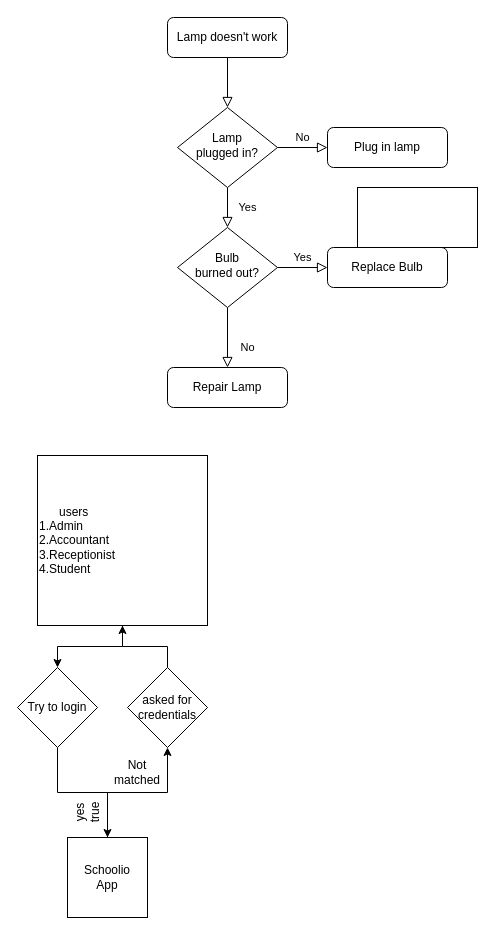
Vipin-patelME/test1 keeps this draw.io diagram as Untitled Diagram.drawio. Above is the earlier version. Source tidied: cells renumbered, new cells numbered last; positions are measured from the earlier drawing's top-left corner, leaving out a move shared by most shapes. Both pictures are drawn from the tidied source at 100%, with x=0, y=0 at pixel (17, 17).
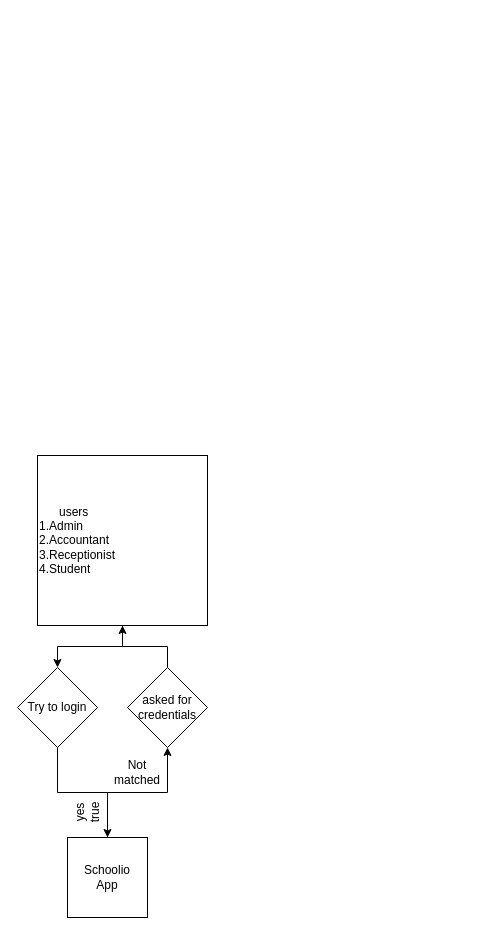
Above is the later version.

Change to the diagram source:
```diff
@@
-    <mxCell id="2" style="rounded=0;html=1;jettySize=auto;fontSize=11;endArrow=block;endFill=0;endSize=8;strokeWidth=1;shadow=0;labelBackgroundColor=none;edgeStyle=orthogonalEdgeStyle;" parent="1" edge="1" source="3" target="6">
-      <mxGeometry relative="1" as="geometry" />
-    </mxCell>
-    <mxCell id="3" value="Lamp doesn't work" style="rounded=1;whiteSpace=wrap;html=1;fontSize=12;glass=0;strokeWidth=1;shadow=0;" parent="1" vertex="1">
-      <mxGeometry x="150" width="120" height="40" as="geometry" />
-    </mxCell>
-    <mxCell id="4" value="Yes" style="rounded=0;html=1;jettySize=auto;fontSize=11;endArrow=block;endFill=0;endSize=8;strokeWidth=1;shadow=0;labelBackgroundColor=none;edgeStyle=orthogonalEdgeStyle;" parent="1" edge="1" source="6" target="10">
-      <mxGeometry y="20" relative="1" as="geometry" />
-    </mxCell>
-    <mxCell id="5" value="No" style="edgeStyle=orthogonalEdgeStyle;rounded=0;html=1;jettySize=auto;fontSize=11;endArrow=block;endFill=0;endSize=8;strokeWidth=1;shadow=0;labelBackgroundColor=none;" parent="1" edge="1" source="6" target="7">
-      <mxGeometry y="10" relative="1" as="geometry" />
-    </mxCell>
-    <mxCell id="6" value="Lamp&lt;br&gt;plugged in?" style="rhombus;whiteSpace=wrap;html=1;shadow=0;fontFamily=Helvetica;fontSize=12;align=center;strokeWidth=1;spacing=6;spacingTop=-4;" parent="1" vertex="1">
-      <mxGeometry x="160" y="90" width="100" height="80" as="geometry" />
-    </mxCell>
-    <mxCell id="7" value="Plug in lamp" style="rounded=1;whiteSpace=wrap;html=1;fontSize=12;glass=0;strokeWidth=1;shadow=0;" parent="1" vertex="1">
-      <mxGeometry x="310" y="110" width="120" height="40" as="geometry" />
-    </mxCell>
-    <mxCell id="8" value="No" style="rounded=0;html=1;jettySize=auto;fontSize=11;endArrow=block;endFill=0;endSize=8;strokeWidth=1;shadow=0;labelBackgroundColor=none;edgeStyle=orthogonalEdgeStyle;" parent="1" edge="1" source="10" target="11">
-      <mxGeometry x="0.33" y="20" relative="1" as="geometry" />
-    </mxCell>
-    <mxCell id="9" value="Yes" style="edgeStyle=orthogonalEdgeStyle;rounded=0;html=1;jettySize=auto;fontSize=11;endArrow=block;endFill=0;endSize=8;strokeWidth=1;shadow=0;labelBackgroundColor=none;" parent="1" edge="1" source="10" target="12">
-      <mxGeometry y="10" relative="1" as="geometry" />
-    </mxCell>
-    <mxCell id="10" value="Bulb&lt;br&gt;burned out?" style="rhombus;whiteSpace=wrap;html=1;shadow=0;fontFamily=Helvetica;fontSize=12;align=center;strokeWidth=1;spacing=6;spacingTop=-4;" parent="1" vertex="1">
-      <mxGeometry x="160" y="210" width="100" height="80" as="geometry" />
-    </mxCell>
-    <mxCell id="11" value="Repair Lamp" style="rounded=1;whiteSpace=wrap;html=1;fontSize=12;glass=0;strokeWidth=1;shadow=0;" parent="1" vertex="1">
-      <mxGeometry x="150" y="350" width="120" height="40" as="geometry" />
-    </mxCell>
-    <mxCell id="12" value="Replace Bulb" style="rounded=1;whiteSpace=wrap;html=1;fontSize=12;glass=0;strokeWidth=1;shadow=0;" parent="1" vertex="1">
-      <mxGeometry x="310" y="230" width="120" height="40" as="geometry" />
-    </mxCell>
-    <mxCell id="13" style="rounded=0;whiteSpace=wrap;html=1;" parent="1" vertex="1">
-      <mxGeometry x="340" y="170" width="120" height="60" as="geometry" />
-    </mxCell>
```
